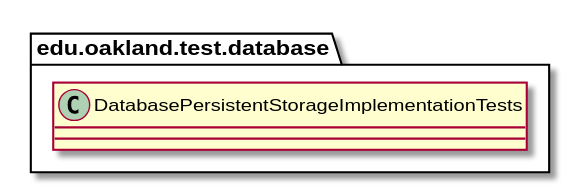
Above: docs/uml-class-diagrams/database/test/DatabasePersistentStorageImplementationTests/DatabasePersistentStorageImplementationTests.svg in elilley15/csi-3370-software-project (PlantUML), before the change.
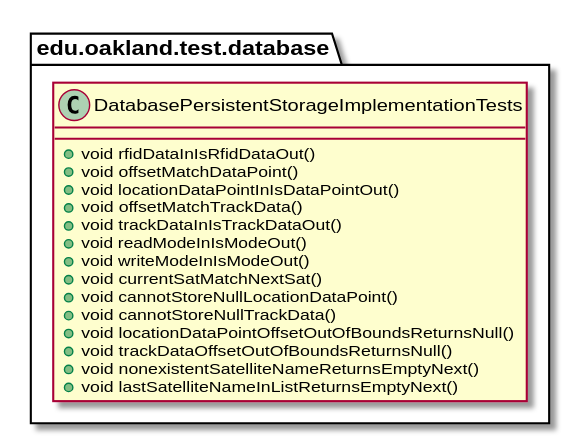
After the change.

Diff of the diagram source:
```diff
@@ -2,7 +2,20 @@
 
 package edu.oakland.test.database {
     class DatabasePersistentStorageImplementationTests {
-
+        + void rfidDataInIsRfidDataOut()
+        + void offsetMatchDataPoint()
+        + void locationDataPointInIsDataPointOut()
+        + void offsetMatchTrackData()
+        + void trackDataInIsTrackDataOut()
+        + void readModeInIsModeOut()
+        + void writeModeInIsModeOut()
+        + void currentSatMatchNextSat()
+        + void cannotStoreNullLocationDataPoint()
+        + void cannotStoreNullTrackData()
+        + void locationDataPointOffsetOutOfBoundsReturnsNull()
+        + void trackDataOffsetOutOfBoundsReturnsNull()
+        + void nonexistentSatelliteNameReturnsEmptyNext()
+        + void lastSatelliteNameInListReturnsEmptyNext()
     }
 }
 
```
